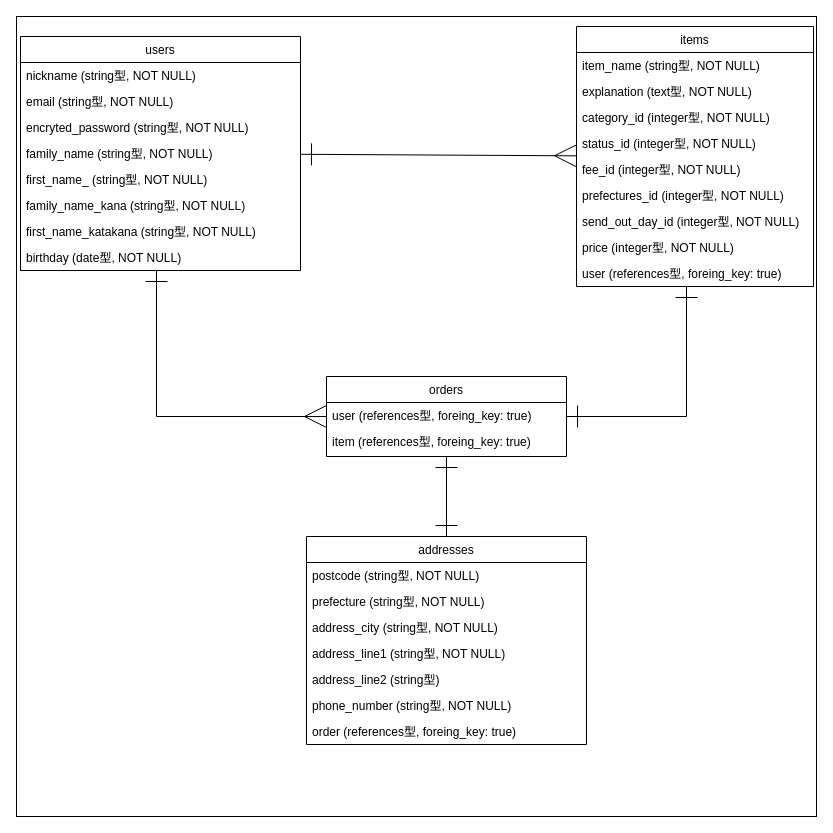
The draw.io diagram er.dio in makoto417/furima-32040, before the edit. Source tidied: cells renumbered, new cells numbered last; positions are measured from the earlier drawing's top-left corner, leaving out a move shared by most shapes. Both pictures are drawn from the tidied source at 100%, with x=0, y=0 at pixel (16, 16).
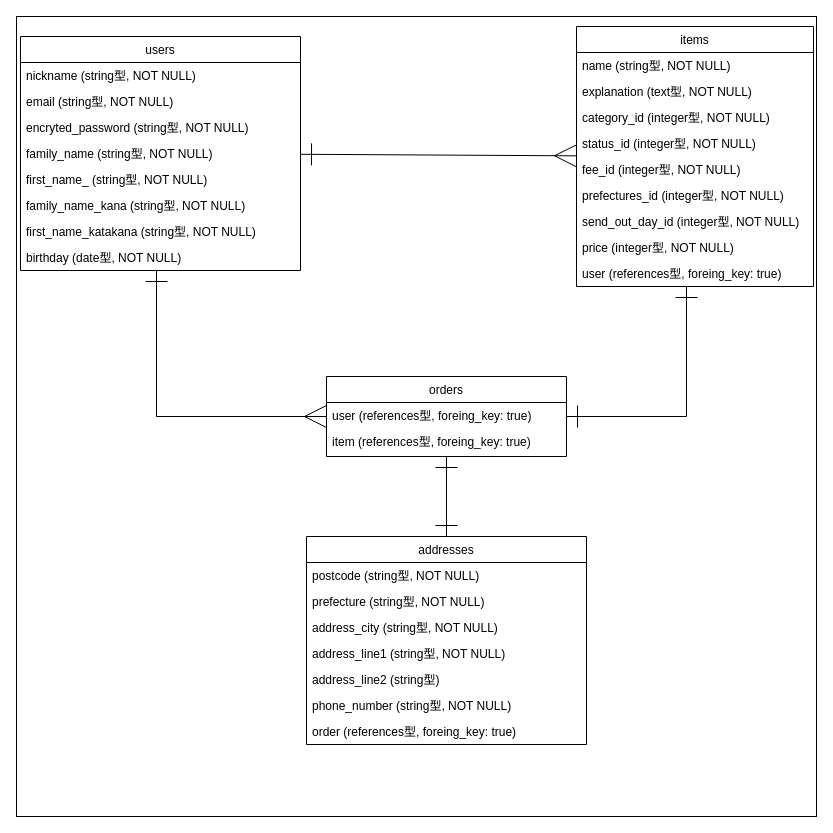
The same diagram, later.

Commit message (it also covers changes not shown here):
商品名のカラム名、都道府県のカラムの型を修正

The change refers to these unchanged cells:
```xml
<mxCell id="17" value="items" style="swimlane;fontStyle=0;horizontal=1;startSize=26;fillColor=none;" parent="3" vertex="1">
  <mxGeometry x="560" y="10" width="237" height="260" as="geometry" />
</mxCell>
```

Diff of the diagram source:
```diff
@@
-    <mxCell id="18" value="item_name (string型, NOT NULL)" style="text;strokeColor=none;fillColor=none;align=left;verticalAlign=top;spacingLeft=4;spacingRight=4;overflow=hidden;" parent="17" vertex="1">
+    <mxCell id="18" value="name (string型, NOT NULL)" style="text;strokeColor=none;fillColor=none;align=left;verticalAlign=top;spacingLeft=4;spacingRight=4;overflow=hidden;" parent="17" vertex="1">
       <mxGeometry y="26" width="237" height="26" as="geometry" />
     </mxCell>
```
